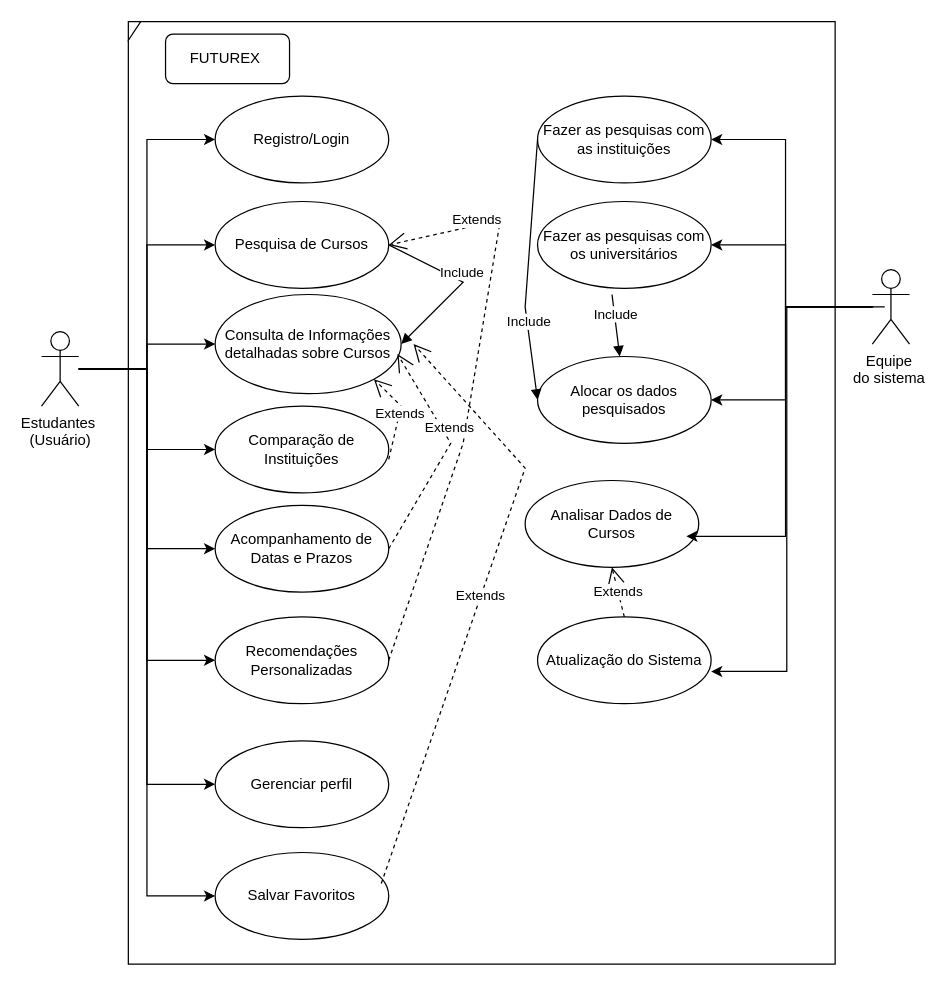
Earlier version of the draw.io diagram CasosDEUsoPRojeto.drawio (arthurvignati/softwareEngineering). Source tidied: cells renumbered, new cells numbered last; positions are measured from the earlier drawing's top-left corner, leaving out a move shared by most shapes. Both pictures are drawn from the tidied source at 124%, with x=0, y=0 at pixel (41, 21).
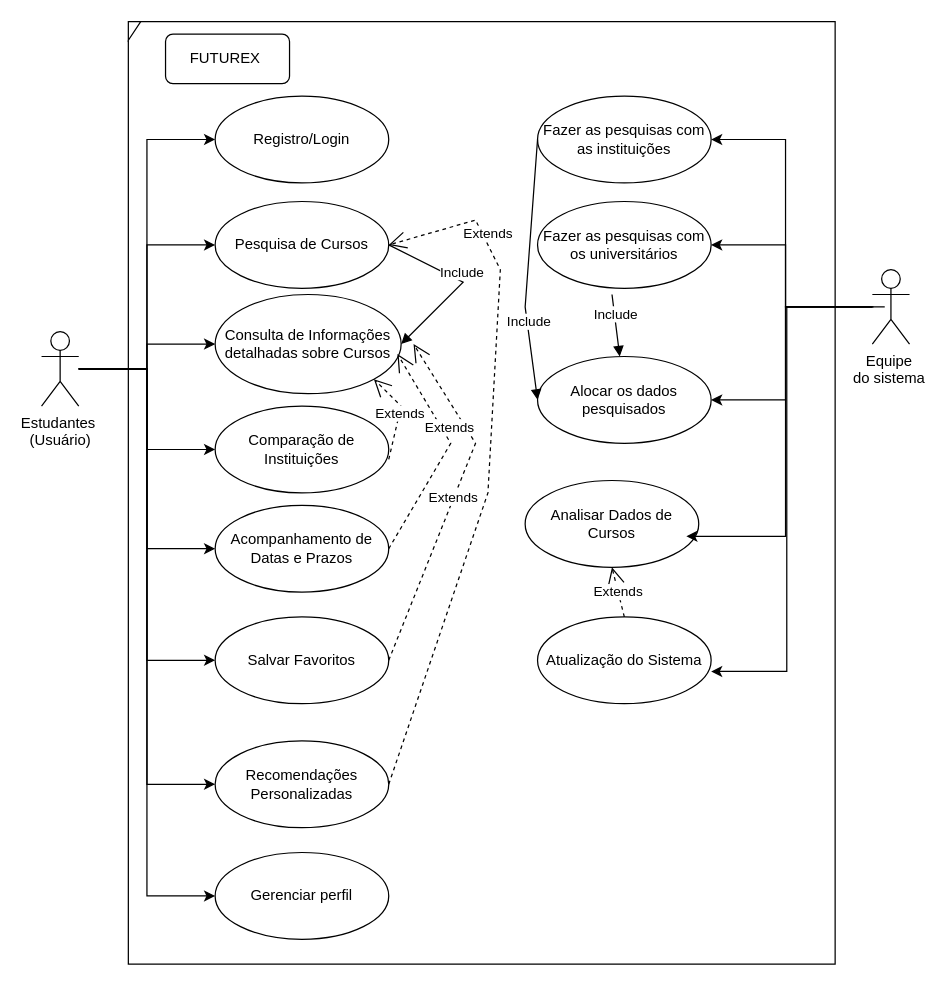
The same diagram, later.

Unchanged cells that the change refers to:
```xml
<mxCell id="17" value="Pesquisa de Cursos" style="ellipse;whiteSpace=wrap;html=1;" parent="1" vertex="1">
  <mxGeometry x="140" y="145" width="140" height="70" as="geometry" />
</mxCell>
```

Diff of the diagram source:
```diff
@@
-    <mxCell id="19" value="Recomendações Personalizadas" style="ellipse;whiteSpace=wrap;html=1;" parent="1" vertex="1">
+    <mxCell id="19" value="Salvar Favoritos" style="ellipse;whiteSpace=wrap;html=1;" parent="1" vertex="1">
       <mxGeometry x="140" y="480" width="140" height="70" as="geometry" />
     </mxCell>
@@
-    <mxCell id="34" value="Extends" style="endArrow=open;endSize=12;dashed=1;html=1;rounded=0;exitX=1;exitY=0.5;exitDx=0;exitDy=0;entryX=1;entryY=0.5;entryDx=0;entryDy=0;" parent="1" edge="1" source="19" target="17">
+    <mxCell id="34" value="Extends" style="endArrow=open;endSize=12;dashed=1;html=1;rounded=0;entryX=1;entryY=0.5;entryDx=0;entryDy=0;exitX=1;exitY=0.5;exitDx=0;exitDy=0;" parent="1" edge="1" source="35" target="17">
       <mxGeometry x="0.68" y="-4" relative="1" as="geometry">
         <Array as="points">
-          <mxPoint x="340" y="340" />
-          <mxPoint x="370" y="160" />
+          <mxPoint x="360" y="380" />
+          <mxPoint x="370" y="200" />
+          <mxPoint x="350" y="160" />
         </Array>
       </mxGeometry>
     </mxCell>
-    <mxCell id="35" value="Gerenciar perfil" style="ellipse;whiteSpace=wrap;html=1;" parent="1" vertex="1">
+    <mxCell id="35" value="&lt;div&gt;Recomendações Personalizadas&lt;br&gt;&lt;/div&gt;" style="ellipse;whiteSpace=wrap;html=1;" parent="1" vertex="1">
       <mxGeometry x="140" y="580" width="140" height="70" as="geometry" />
     </mxCell>
-    <mxCell id="36" value="Salvar Favoritos" style="ellipse;whiteSpace=wrap;html=1;" parent="1" vertex="1">
+    <mxCell id="36" value="&lt;div&gt;Gerenciar perfil&lt;br&gt;&lt;/div&gt;" style="ellipse;whiteSpace=wrap;html=1;" parent="1" vertex="1">
       <mxGeometry x="140" y="670" width="140" height="70" as="geometry" />
     </mxCell>
-    <mxCell id="37" value="Extends" style="endArrow=open;endSize=12;dashed=1;html=1;rounded=0;entryX=1;entryY=0.5;entryDx=0;entryDy=0;exitX=0.957;exitY=0.357;exitDx=0;exitDy=0;exitPerimeter=0;" parent="1" edge="1" source="36">
+    <mxCell id="37" value="Extends" style="endArrow=open;endSize=12;dashed=1;html=1;rounded=0;entryX=1;entryY=0.5;entryDx=0;entryDy=0;exitX=1;exitY=0.5;exitDx=0;exitDy=0;" parent="1" edge="1" source="19">
       <mxGeometry relative="1" as="geometry">
         <mxPoint x="300" y="260" as="targetPoint" />
         <Array as="points">
-          <mxPoint x="390" y="360" />
+          <mxPoint x="350" y="340" />
         </Array>
       </mxGeometry>
     </mxCell>
```
